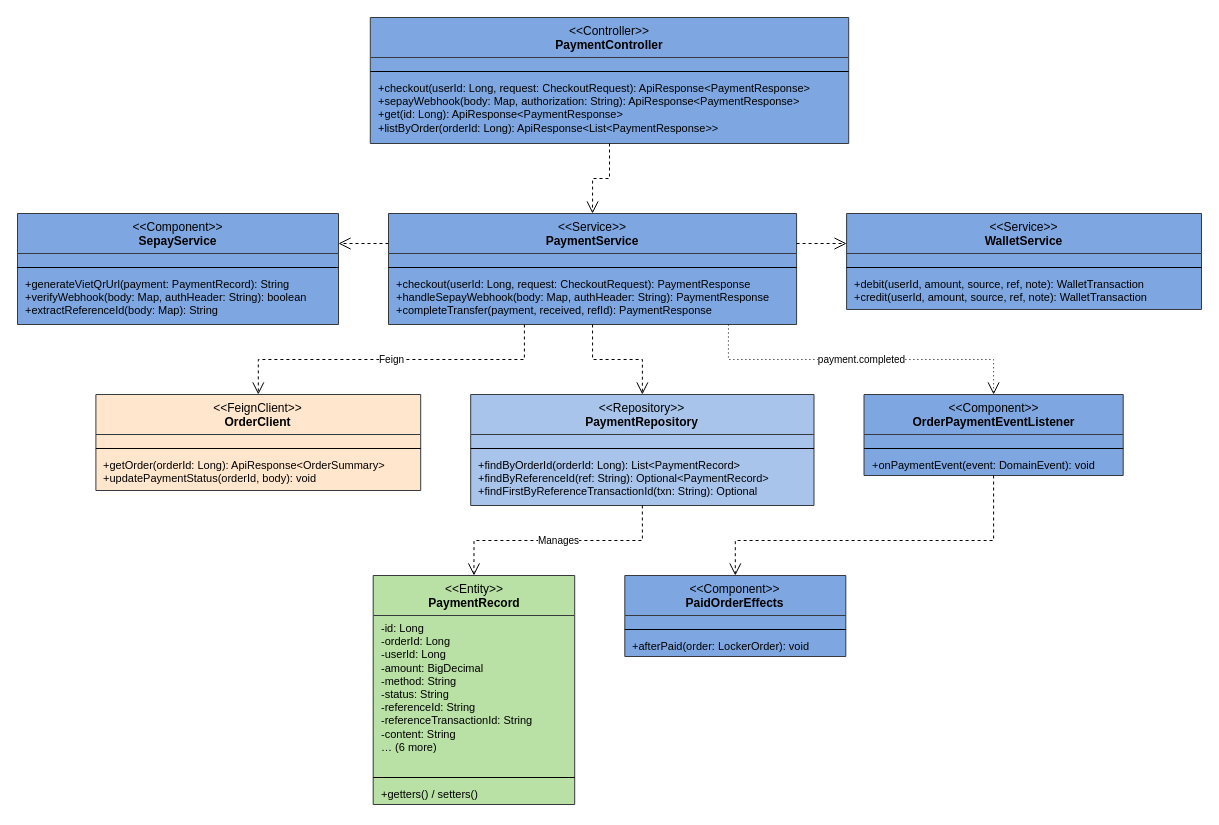
This is rp4/sdd-assets/drawio/cls_payment.drawio from LockR-Tech/docs, a draw.io file, before an edit. Source tidied: cells renumbered, new cells numbered last; positions are measured from the earlier drawing's top-left corner, leaving out a move shared by most shapes. Both pictures are drawn from the tidied source at 100%, with x=0, y=0 at pixel (17, 17).
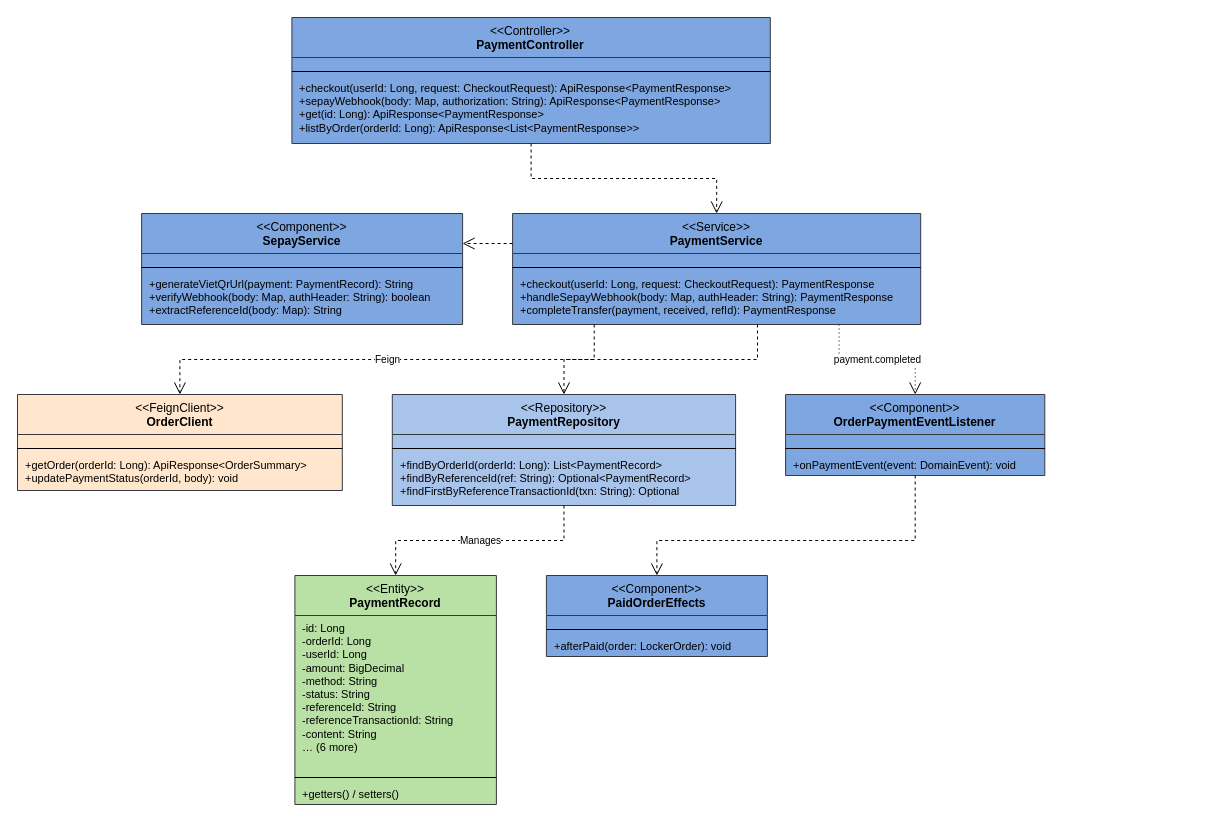
Above is the later version.

Change to the diagram source:
```diff
@@
     <mxCell id="2" value="&amp;lt;&amp;lt;Controller&amp;gt;&amp;gt;&lt;br&gt;&lt;b&gt;PaymentController&lt;/b&gt;" style="swimlane;fontStyle=0;align=center;verticalAlign=top;horizontal=1;startSize=40;html=1;whiteSpace=wrap;fillColor=#7EA6E0;swimlaneFillColor=#7EA6E0;strokeColor=#36393d;fontSize=12;" parent="1" vertex="1">
-      <mxGeometry x="352.8" width="478.4" height="126" as="geometry" />
+      <mxGeometry x="274.4" width="478.4" height="126" as="geometry" />
     </mxCell>
@@
     <mxCell id="6" value="&amp;lt;&amp;lt;Component&amp;gt;&amp;gt;&lt;br&gt;&lt;b&gt;SepayService&lt;/b&gt;" style="swimlane;fontStyle=0;align=center;verticalAlign=top;horizontal=1;startSize=40;html=1;whiteSpace=wrap;fillColor=#7EA6E0;swimlaneFillColor=#7EA6E0;strokeColor=#36393d;fontSize=12;" parent="1" vertex="1">
-      <mxGeometry y="196" width="321" height="111" as="geometry" />
+      <mxGeometry x="124.1" y="196" width="321" height="111" as="geometry" />
     </mxCell>
@@
     <mxCell id="10" value="&amp;lt;&amp;lt;Service&amp;gt;&amp;gt;&lt;br&gt;&lt;b&gt;PaymentService&lt;/b&gt;" style="swimlane;fontStyle=0;align=center;verticalAlign=top;horizontal=1;startSize=40;html=1;whiteSpace=wrap;fillColor=#7EA6E0;swimlaneFillColor=#7EA6E0;strokeColor=#36393d;fontSize=12;" parent="1" vertex="1">
-      <mxGeometry x="371" y="196" width="408.1" height="111" as="geometry" />
+      <mxGeometry x="495.1" y="196" width="408.1" height="111" as="geometry" />
     </mxCell>
@@
-    <mxCell id="14" value="&amp;lt;&amp;lt;Service&amp;gt;&amp;gt;&lt;br&gt;&lt;b&gt;WalletService&lt;/b&gt;" style="swimlane;fontStyle=0;align=center;verticalAlign=top;horizontal=1;startSize=40;html=1;whiteSpace=wrap;fillColor=#7EA6E0;swimlaneFillColor=#7EA6E0;strokeColor=#36393d;fontSize=12;" parent="1" vertex="1">
-      <mxGeometry x="829.1" y="196" width="354.9" height="96" as="geometry" />
+    <mxCell id="14" value="&amp;lt;&amp;lt;FeignClient&amp;gt;&amp;gt;&lt;br&gt;&lt;b&gt;OrderClient&lt;/b&gt;" style="swimlane;fontStyle=0;align=center;verticalAlign=top;horizontal=1;startSize=40;html=1;whiteSpace=wrap;fillColor=#FFE6CC;swimlaneFillColor=#FFE6CC;strokeColor=#36393d;fontSize=12;" parent="1" vertex="1">
+      <mxGeometry y="377" width="324.8" height="96" as="geometry" />
     </mxCell>
     <mxCell id="15" style="text;strokeColor=none;fillColor=none;align=left;verticalAlign=top;spacingLeft=6;spacingRight=4;overflow=hidden;html=1;whiteSpace=nowrap;fontSize=11;" parent="14" vertex="1">
-      <mxGeometry y="40" width="354.9" height="10" as="geometry" />
+      <mxGeometry y="40" width="324.8" height="10" as="geometry" />
     </mxCell>
     <mxCell id="16" style="line;strokeWidth=1;fillColor=none;align=left;verticalAlign=middle;spacingTop=-1;spacingLeft=3;spacingRight=3;labelPosition=right;" parent="14" vertex="1">
-      <mxGeometry y="50" width="354.9" height="8" as="geometry" />
+      <mxGeometry y="50" width="324.8" height="8" as="geometry" />
     </mxCell>
-    <mxCell id="17" value="+debit(userId, amount, source, ref, note): WalletTransaction&lt;br&gt;+credit(userId, amount, source, ref, note): WalletTransaction" style="text;strokeColor=none;fillColor=none;align=left;verticalAlign=top;spacingLeft=6;spacingRight=4;overflow=hidden;html=1;whiteSpace=nowrap;fontSize=11;" parent="14" vertex="1">
-      <mxGeometry y="58" width="354.9" height="38" as="geometry" />
+    <mxCell id="17" value="+getOrder(orderId: Long): ApiResponse&amp;lt;OrderSummary&amp;gt;&lt;br&gt;+updatePaymentStatus(orderId, body): void" style="text;strokeColor=none;fillColor=none;align=left;verticalAlign=top;spacingLeft=6;spacingRight=4;overflow=hidden;html=1;whiteSpace=nowrap;fontSize=11;" parent="14" vertex="1">
+      <mxGeometry y="58" width="324.8" height="38" as="geometry" />
     </mxCell>
-    <mxCell id="18" value="&amp;lt;&amp;lt;FeignClient&amp;gt;&amp;gt;&lt;br&gt;&lt;b&gt;OrderClient&lt;/b&gt;" style="swimlane;fontStyle=0;align=center;verticalAlign=top;horizontal=1;startSize=40;html=1;whiteSpace=wrap;fillColor=#FFE6CC;swimlaneFillColor=#FFE6CC;strokeColor=#36393d;fontSize=12;" parent="1" vertex="1">
-      <mxGeometry x="78.4" y="377" width="324.8" height="96" as="geometry" />
+    <mxCell id="18" value="&amp;lt;&amp;lt;Repository&amp;gt;&amp;gt;&lt;br&gt;&lt;b&gt;PaymentRepository&lt;/b&gt;" style="swimlane;fontStyle=0;align=center;verticalAlign=top;horizontal=1;startSize=40;html=1;whiteSpace=wrap;fillColor=#A9C4EB;swimlaneFillColor=#A9C4EB;strokeColor=#36393d;fontSize=12;" parent="1" vertex="1">
+      <mxGeometry x="374.8" y="377" width="343.3" height="111" as="geometry" />
     </mxCell>
     <mxCell id="19" style="text;strokeColor=none;fillColor=none;align=left;verticalAlign=top;spacingLeft=6;spacingRight=4;overflow=hidden;html=1;whiteSpace=nowrap;fontSize=11;" parent="18" vertex="1">
-      <mxGeometry y="40" width="324.8" height="10" as="geometry" />
+      <mxGeometry y="40" width="343.3" height="10" as="geometry" />
     </mxCell>
     <mxCell id="20" style="line;strokeWidth=1;fillColor=none;align=left;verticalAlign=middle;spacingTop=-1;spacingLeft=3;spacingRight=3;labelPosition=right;" parent="18" vertex="1">
-      <mxGeometry y="50" width="324.8" height="8" as="geometry" />
+      <mxGeometry y="50" width="343.3" height="8" as="geometry" />
     </mxCell>
-    <mxCell id="21" value="+getOrder(orderId: Long): ApiResponse&amp;lt;OrderSummary&amp;gt;&lt;br&gt;+updatePaymentStatus(orderId, body): void" style="text;strokeColor=none;fillColor=none;align=left;verticalAlign=top;spacingLeft=6;spacingRight=4;overflow=hidden;html=1;whiteSpace=nowrap;fontSize=11;" parent="18" vertex="1">
-      <mxGeometry y="58" width="324.8" height="38" as="geometry" />
+    <mxCell id="21" value="+findByOrderId(orderId: Long): List&amp;lt;PaymentRecord&amp;gt;&lt;br&gt;+findByReferenceId(ref: String): Optional&amp;lt;PaymentRecord&amp;gt;&lt;br&gt;+findFirstByReferenceTransactionId(txn: String): Optional" style="text;strokeColor=none;fillColor=none;align=left;verticalAlign=top;spacingLeft=6;spacingRight=4;overflow=hidden;html=1;whiteSpace=nowrap;fontSize=11;" parent="18" vertex="1">
+      <mxGeometry y="58" width="343.3" height="53" as="geometry" />
     </mxCell>
-    <mxCell id="22" value="&amp;lt;&amp;lt;Repository&amp;gt;&amp;gt;&lt;br&gt;&lt;b&gt;PaymentRepository&lt;/b&gt;" style="swimlane;fontStyle=0;align=center;verticalAlign=top;horizontal=1;startSize=40;html=1;whiteSpace=wrap;fillColor=#A9C4EB;swimlaneFillColor=#A9C4EB;strokeColor=#36393d;fontSize=12;" parent="1" vertex="1">
-      <mxGeometry x="453.2" y="377" width="343.3" height="111" as="geometry" />
+    <mxCell id="22" value="&amp;lt;&amp;lt;Component&amp;gt;&amp;gt;&lt;br&gt;&lt;b&gt;OrderPaymentEventListener&lt;/b&gt;" style="swimlane;fontStyle=0;align=center;verticalAlign=top;horizontal=1;startSize=40;html=1;whiteSpace=wrap;fillColor=#7EA6E0;swimlaneFillColor=#7EA6E0;strokeColor=#36393d;fontSize=12;" parent="1" vertex="1">
+      <mxGeometry x="768.1" y="377" width="259.2" height="81" as="geometry" />
     </mxCell>
     <mxCell id="23" style="text;strokeColor=none;fillColor=none;align=left;verticalAlign=top;spacingLeft=6;spacingRight=4;overflow=hidden;html=1;whiteSpace=nowrap;fontSize=11;" parent="22" vertex="1">
-      <mxGeometry y="40" width="343.3" height="10" as="geometry" />
+      <mxGeometry y="40" width="259.2" height="10" as="geometry" />
     </mxCell>
     <mxCell id="24" style="line;strokeWidth=1;fillColor=none;align=left;verticalAlign=middle;spacingTop=-1;spacingLeft=3;spacingRight=3;labelPosition=right;" parent="22" vertex="1">
-      <mxGeometry y="50" width="343.3" height="8" as="geometry" />
+      <mxGeometry y="50" width="259.2" height="8" as="geometry" />
     </mxCell>
-    <mxCell id="25" value="+findByOrderId(orderId: Long): List&amp;lt;PaymentRecord&amp;gt;&lt;br&gt;+findByReferenceId(ref: String): Optional&amp;lt;PaymentRecord&amp;gt;&lt;br&gt;+findFirstByReferenceTransactionId(txn: String): Optional" style="text;strokeColor=none;fillColor=none;align=left;verticalAlign=top;spacingLeft=6;spacingRight=4;overflow=hidden;html=1;whiteSpace=nowrap;fontSize=11;" parent="22" vertex="1">
-      <mxGeometry y="58" width="343.3" height="53" as="geometry" />
+    <mxCell id="25" value="+onPaymentEvent(event: DomainEvent): void" style="text;strokeColor=none;fillColor=none;align=left;verticalAlign=top;spacingLeft=6;spacingRight=4;overflow=hidden;html=1;whiteSpace=nowrap;fontSize=11;" parent="22" vertex="1">
+      <mxGeometry y="58" width="259.2" height="23" as="geometry" />
     </mxCell>
-    <mxCell id="26" value="&amp;lt;&amp;lt;Component&amp;gt;&amp;gt;&lt;br&gt;&lt;b&gt;OrderPaymentEventListener&lt;/b&gt;" style="swimlane;fontStyle=0;align=center;verticalAlign=top;horizontal=1;startSize=40;html=1;whiteSpace=wrap;fillColor=#7EA6E0;swimlaneFillColor=#7EA6E0;strokeColor=#36393d;fontSize=12;" parent="1" vertex="1">
-      <mxGeometry x="846.5" y="377" width="259.2" height="81" as="geometry" />
+    <mxCell id="26" value="&amp;lt;&amp;lt;Entity&amp;gt;&amp;gt;&lt;br&gt;&lt;b&gt;PaymentRecord&lt;/b&gt;" style="swimlane;fontStyle=0;align=center;verticalAlign=top;horizontal=1;startSize=40;html=1;whiteSpace=wrap;fillColor=#B9E0A5;swimlaneFillColor=#B9E0A5;strokeColor=#36393d;fontSize=12;" parent="1" vertex="1">
+      <mxGeometry x="277.4" y="558" width="201.5" height="229" as="geometry" />
     </mxCell>
-    <mxCell id="27" style="text;strokeColor=none;fillColor=none;align=left;verticalAlign=top;spacingLeft=6;spacingRight=4;overflow=hidden;html=1;whiteSpace=nowrap;fontSize=11;" parent="26" vertex="1">
-      <mxGeometry y="40" width="259.2" height="10" as="geometry" />
+    <mxCell id="27" value="-id: Long&lt;br&gt;-orderId: Long&lt;br&gt;-userId: Long&lt;br&gt;-amount: BigDecimal&lt;br&gt;-method: String&lt;br&gt;-status: String&lt;br&gt;-referenceId: String&lt;br&gt;-referenceTransactionId: String&lt;br&gt;-content: String&lt;br&gt;… (6 more)" style="text;strokeColor=none;fillColor=none;align=left;verticalAlign=top;spacingLeft=6;spacingRight=4;overflow=hidden;html=1;whiteSpace=nowrap;fontSize=11;" parent="26" vertex="1">
+      <mxGeometry y="40" width="201.5" height="158" as="geometry" />
     </mxCell>
     <mxCell id="28" style="line;strokeWidth=1;fillColor=none;align=left;verticalAlign=middle;spacingTop=-1;spacingLeft=3;spacingRight=3;labelPosition=right;" parent="26" vertex="1">
-      <mxGeometry y="50" width="259.2" height="8" as="geometry" />
+      <mxGeometry y="198" width="201.5" height="8" as="geometry" />
     </mxCell>
-    <mxCell id="29" value="+onPaymentEvent(event: DomainEvent): void" style="text;strokeColor=none;fillColor=none;align=left;verticalAlign=top;spacingLeft=6;spacingRight=4;overflow=hidden;html=1;whiteSpace=nowrap;fontSize=11;" parent="26" vertex="1">
-      <mxGeometry y="58" width="259.2" height="23" as="geometry" />
+    <mxCell id="29" value="+getters() / setters()" style="text;strokeColor=none;fillColor=none;align=left;verticalAlign=top;spacingLeft=6;spacingRight=4;overflow=hidden;html=1;whiteSpace=nowrap;fontSize=11;" parent="26" vertex="1">
+      <mxGeometry y="206" width="201.5" height="23" as="geometry" />
     </mxCell>
-    <mxCell id="30" value="&amp;lt;&amp;lt;Entity&amp;gt;&amp;gt;&lt;br&gt;&lt;b&gt;PaymentRecord&lt;/b&gt;" style="swimlane;fontStyle=0;align=center;verticalAlign=top;horizontal=1;startSize=40;html=1;whiteSpace=wrap;fillColor=#B9E0A5;swimlaneFillColor=#B9E0A5;strokeColor=#36393d;fontSize=12;" parent="1" vertex="1">
-      <mxGeometry x="355.7" y="558" width="201.5" height="229" as="geometry" />
+    <mxCell id="30" value="&amp;lt;&amp;lt;Component&amp;gt;&amp;gt;&lt;br&gt;&lt;b&gt;PaidOrderEffects&lt;/b&gt;" style="swimlane;fontStyle=0;align=center;verticalAlign=top;horizontal=1;startSize=40;html=1;whiteSpace=wrap;fillColor=#7EA6E0;swimlaneFillColor=#7EA6E0;strokeColor=#36393d;fontSize=12;" parent="1" vertex="1">
+      <mxGeometry x="528.9" y="558" width="221" height="81" as="geometry" />
     </mxCell>
-    <mxCell id="31" value="-id: Long&lt;br&gt;-orderId: Long&lt;br&gt;-userId: Long&lt;br&gt;-amount: BigDecimal&lt;br&gt;-method: String&lt;br&gt;-status: String&lt;br&gt;-referenceId: String&lt;br&gt;-referenceTransactionId: String&lt;br&gt;-content: String&lt;br&gt;… (6 more)" style="text;strokeColor=none;fillColor=none;align=left;verticalAlign=top;spacingLeft=6;spacingRight=4;overflow=hidden;html=1;whiteSpace=nowrap;fontSize=11;" parent="30" vertex="1">
-      <mxGeometry y="40" width="201.5" height="158" as="geometry" />
+    <mxCell id="31" style="text;strokeColor=none;fillColor=none;align=left;verticalAlign=top;spacingLeft=6;spacingRight=4;overflow=hidden;html=1;whiteSpace=nowrap;fontSize=11;" parent="30" vertex="1">
+      <mxGeometry y="40" width="221" height="10" as="geometry" />
     </mxCell>
     <mxCell id="32" style="line;strokeWidth=1;fillColor=none;align=left;verticalAlign=middle;spacingTop=-1;spacingLeft=3;spacingRight=3;labelPosition=right;" parent="30" vertex="1">
-      <mxGeometry y="198" width="201.5" height="8" as="geometry" />
+      <mxGeometry y="50" width="221" height="8" as="geometry" />
     </mxCell>
-    <mxCell id="33" value="+getters() / setters()" style="text;strokeColor=none;fillColor=none;align=left;verticalAlign=top;spacingLeft=6;spacingRight=4;overflow=hidden;html=1;whiteSpace=nowrap;fontSize=11;" parent="30" vertex="1">
-      <mxGeometry y="206" width="201.5" height="23" as="geometry" />
+    <mxCell id="33" value="+afterPaid(order: LockerOrder): void" style="text;strokeColor=none;fillColor=none;align=left;verticalAlign=top;spacingLeft=6;spacingRight=4;overflow=hidden;html=1;whiteSpace=nowrap;fontSize=11;" parent="30" vertex="1">
+      <mxGeometry y="58" width="221" height="23" as="geometry" />
     </mxCell>
-    <mxCell id="34" value="&amp;lt;&amp;lt;Component&amp;gt;&amp;gt;&lt;br&gt;&lt;b&gt;PaidOrderEffects&lt;/b&gt;" style="swimlane;fontStyle=0;align=center;verticalAlign=top;horizontal=1;startSize=40;html=1;whiteSpace=wrap;fillColor=#7EA6E0;swimlaneFillColor=#7EA6E0;strokeColor=#36393d;fontSize=12;" parent="1" vertex="1">
-      <mxGeometry x="607.3" y="558" width="221" height="81" as="geometry" />
+    <mxCell id="34" style="edgeStyle=orthogonalEdgeStyle;rounded=0;html=1;dashed=1;endArrow=open;endSize=10;fontSize=10;labelBackgroundColor=#ffffff;exitX=0.500;exitY=1;exitDx=0;exitDy=0;entryX=0.500;entryY=0;entryDx=0;entryDy=0;" parent="1" edge="1" source="2" target="10">
+      <mxGeometry relative="1" as="geometry">
+        <Array as="points">
+          <mxPoint x="513.6" y="161" />
+          <mxPoint x="699.2" y="161" />
+        </Array>
+      </mxGeometry>
     </mxCell>
-    <mxCell id="35" style="text;strokeColor=none;fillColor=none;align=left;verticalAlign=top;spacingLeft=6;spacingRight=4;overflow=hidden;html=1;whiteSpace=nowrap;fontSize=11;" parent="34" vertex="1">
-      <mxGeometry y="40" width="221" height="10" as="geometry" />
+    <mxCell id="35" style="edgeStyle=orthogonalEdgeStyle;rounded=0;html=1;dashed=1;endArrow=open;endSize=10;fontSize=10;labelBackgroundColor=#ffffff;exitX=0;exitY=0.2703;exitDx=0;exitDy=0;entryX=1;entryY=0.2703;entryDx=0;entryDy=0;" parent="1" edge="1" source="10" target="6">
+      <mxGeometry relative="1" as="geometry" />
     </mxCell>
-    <mxCell id="36" style="line;strokeWidth=1;fillColor=none;align=left;verticalAlign=middle;spacingTop=-1;spacingLeft=3;spacingRight=3;labelPosition=right;" parent="34" vertex="1">
-      <mxGeometry y="50" width="221" height="8" as="geometry" />
+    <mxCell id="36" value="Feign" style="edgeStyle=orthogonalEdgeStyle;rounded=0;html=1;dashed=1;endArrow=open;endSize=10;fontSize=10;labelBackgroundColor=#ffffff;exitX=0.200;exitY=1;exitDx=0;exitDy=0;entryX=0.500;entryY=0;entryDx=0;entryDy=0;" parent="1" edge="1" source="10" target="14">
+      <mxGeometry relative="1" as="geometry">
+        <Array as="points">
+          <mxPoint x="576.7" y="342" />
+          <mxPoint x="162.4" y="342" />
+        </Array>
+      </mxGeometry>
     </mxCell>
-    <mxCell id="37" value="+afterPaid(order: LockerOrder): void" style="text;strokeColor=none;fillColor=none;align=left;verticalAlign=top;spacingLeft=6;spacingRight=4;overflow=hidden;html=1;whiteSpace=nowrap;fontSize=11;" parent="34" vertex="1">
-      <mxGeometry y="58" width="221" height="23" as="geometry" />
+    <mxCell id="37" style="edgeStyle=orthogonalEdgeStyle;rounded=0;html=1;dashed=1;endArrow=open;endSize=10;fontSize=10;labelBackgroundColor=#ffffff;exitX=0.600;exitY=1;exitDx=0;exitDy=0;entryX=0.500;entryY=0;entryDx=0;entryDy=0;" parent="1" edge="1" source="10" target="18">
+      <mxGeometry relative="1" as="geometry">
+        <Array as="points">
+          <mxPoint x="740" y="342" />
+          <mxPoint x="546.5" y="342" />
+        </Array>
+      </mxGeometry>
     </mxCell>
-    <mxCell id="38" style="edgeStyle=orthogonalEdgeStyle;rounded=0;html=1;dashed=1;endArrow=open;endSize=10;fontSize=10;labelBackgroundColor=#ffffff;exitX=0.500;exitY=1;exitDx=0;exitDy=0;entryX=0.500;entryY=0;entryDx=0;entryDy=0;" parent="1" edge="1" source="2" target="10">
+    <mxCell id="38" value="Manages" style="edgeStyle=orthogonalEdgeStyle;rounded=0;html=1;dashed=1;endArrow=open;endSize=10;fontSize=10;labelBackgroundColor=#ffffff;exitX=0.500;exitY=1;exitDx=0;exitDy=0;entryX=0.500;entryY=0;entryDx=0;entryDy=0;" parent="1" edge="1" source="18" target="26">
       <mxGeometry relative="1" as="geometry">
         <Array as="points">
-          <mxPoint x="592" y="161" />
-          <mxPoint x="575.1" y="161" />
+          <mxPoint x="546.5" y="523" />
+          <mxPoint x="378.1" y="523" />
         </Array>
       </mxGeometry>
     </mxCell>
-    <mxCell id="39" style="edgeStyle=orthogonalEdgeStyle;rounded=0;html=1;dashed=1;endArrow=open;endSize=10;fontSize=10;labelBackgroundColor=#ffffff;exitX=0;exitY=0.2703;exitDx=0;exitDy=0;entryX=1;entryY=0.2703;entryDx=0;entryDy=0;" parent="1" edge="1" source="10" target="6">
-      <mxGeometry relative="1" as="geometry" />
+    <mxCell id="39" value="payment.completed" style="edgeStyle=orthogonalEdgeStyle;rounded=0;html=1;dashed=1;dashPattern=1 3;endArrow=open;endSize=10;fontSize=10;labelBackgroundColor=#ffffff;exitX=0.800;exitY=1;exitDx=0;exitDy=0;entryX=0.500;entryY=0;entryDx=0;entryDy=0;" parent="1" edge="1" source="10" target="22">
+      <mxGeometry relative="1" as="geometry">
+        <Array as="points">
+          <mxPoint x="821.6" y="342" />
+          <mxPoint x="897.7" y="342" />
+        </Array>
+      </mxGeometry>
     </mxCell>
-    <mxCell id="40" style="edgeStyle=orthogonalEdgeStyle;rounded=0;html=1;dashed=1;endArrow=open;endSize=10;fontSize=10;labelBackgroundColor=#ffffff;exitX=1;exitY=0.2703;exitDx=0;exitDy=0;entryX=0;entryY=0.3125;entryDx=0;entryDy=0;" parent="1" edge="1" source="10" target="14">
-      <mxGeometry relative="1" as="geometry" />
+    <mxCell id="40" style="edgeStyle=orthogonalEdgeStyle;rounded=0;html=1;dashed=1;endArrow=open;endSize=10;fontSize=10;labelBackgroundColor=#ffffff;exitX=0.500;exitY=1;exitDx=0;exitDy=0;entryX=0.500;entryY=0;entryDx=0;entryDy=0;" parent="1" edge="1" source="22" target="30">
+      <mxGeometry relative="1" as="geometry">
+        <Array as="points">
+          <mxPoint x="897.7" y="523" />
+          <mxPoint x="639.4" y="523" />
+        </Array>
+      </mxGeometry>
     </mxCell>
-    <mxCell id="41" value="Feign" style="edgeStyle=orthogonalEdgeStyle;rounded=0;html=1;dashed=1;endArrow=open;endSize=10;fontSize=10;labelBackgroundColor=#ffffff;exitX=0.333;exitY=1;exitDx=0;exitDy=0;entryX=0.500;entryY=0;entryDx=0;entryDy=0;" parent="1" edge="1" source="10" target="18">
-      <mxGeometry relative="1" as="geometry">
-        <Array as="points">
-          <mxPoint x="507.1" y="342" />
-          <mxPoint x="240.8" y="342" />
-        </Array>
-      </mxGeometry>
-    </mxCell>
-    <mxCell id="42" style="edgeStyle=orthogonalEdgeStyle;rounded=0;html=1;dashed=1;endArrow=open;endSize=10;fontSize=10;labelBackgroundColor=#ffffff;exitX=0.500;exitY=1;exitDx=0;exitDy=0;entryX=0.500;entryY=0;entryDx=0;entryDy=0;" parent="1" edge="1" source="10" target="22">
-      <mxGeometry relative="1" as="geometry">
-        <Array as="points">
-          <mxPoint x="575.1" y="342" />
-          <mxPoint x="624.9" y="342" />
-        </Array>
-      </mxGeometry>
-    </mxCell>
-    <mxCell id="43" value="Manages" style="edgeStyle=orthogonalEdgeStyle;rounded=0;html=1;dashed=1;endArrow=open;endSize=10;fontSize=10;labelBackgroundColor=#ffffff;exitX=0.500;exitY=1;exitDx=0;exitDy=0;entryX=0.500;entryY=0;entryDx=0;entryDy=0;" parent="1" edge="1" source="22" target="30">
-      <mxGeometry relative="1" as="geometry">
-        <Array as="points">
-          <mxPoint x="624.9" y="523" />
-          <mxPoint x="456.5" y="523" />
-        </Array>
-      </mxGeometry>
-    </mxCell>
-    <mxCell id="44" value="payment.completed" style="edgeStyle=orthogonalEdgeStyle;rounded=0;html=1;dashed=1;dashPattern=1 3;endArrow=open;endSize=10;fontSize=10;labelBackgroundColor=#ffffff;exitX=0.833;exitY=1;exitDx=0;exitDy=0;entryX=0.500;entryY=0;entryDx=0;entryDy=0;" parent="1" edge="1" source="10" target="26">
-      <mxGeometry relative="1" as="geometry">
-        <Array as="points">
-          <mxPoint x="711.1" y="342" />
-          <mxPoint x="976.1" y="342" />
-        </Array>
-      </mxGeometry>
-    </mxCell>
-    <mxCell id="45" style="edgeStyle=orthogonalEdgeStyle;rounded=0;html=1;dashed=1;endArrow=open;endSize=10;fontSize=10;labelBackgroundColor=#ffffff;exitX=0.500;exitY=1;exitDx=0;exitDy=0;entryX=0.500;entryY=0;entryDx=0;entryDy=0;" parent="1" edge="1" source="26" target="34">
-      <mxGeometry relative="1" as="geometry">
-        <Array as="points">
-          <mxPoint x="976.1" y="523" />
-          <mxPoint x="717.8" y="523" />
-        </Array>
-      </mxGeometry>
-    </mxCell>
```
